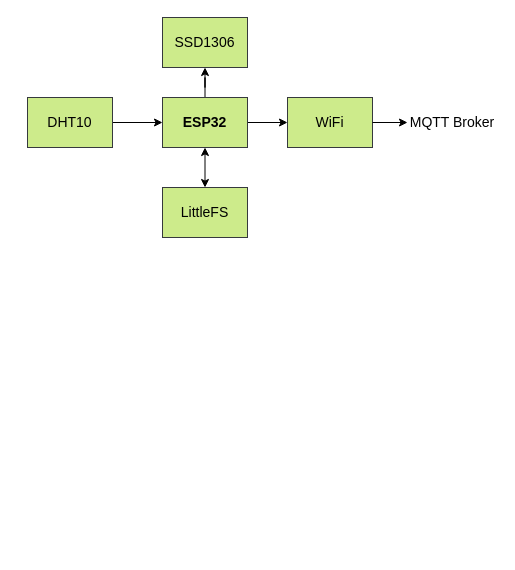
Above: page "hardware-design" (1 of 3) of weather-station.drawio in rosmianto/project-weather-station (draw.io), before the change. Source tidied: cells renumbered, new cells numbered last; positions are measured from the earlier drawing's top-left corner, leaving out a move shared by most shapes. Both pictures are drawn from the tidied source at 100%, with x=0, y=0 at pixel (27, 17).
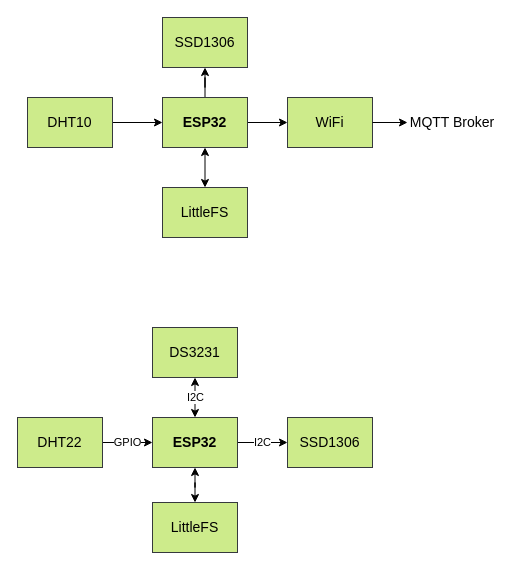
The same page after the edit.

Diff of the diagram source:
```diff
@@
+    <mxCell id="13" style="edgeStyle=orthogonalEdgeStyle;rounded=0;jettySize=auto;html=1;entryX=0.5;entryY=0;entryDx=0;entryDy=0;startArrow=classic;startFill=1;" parent="1" edge="1" source="16" target="19">
+      <mxGeometry relative="1" as="geometry" />
+    </mxCell>
+    <mxCell id="14" value="I2C" style="edgeStyle=orthogonalEdgeStyle;rounded=0;jettySize=auto;html=1;entryX=0;entryY=0.5;entryDx=0;entryDy=0;" parent="1" edge="1" source="16" target="20">
+      <mxGeometry relative="1" as="geometry" />
+    </mxCell>
+    <mxCell id="15" value="I2C" style="edgeStyle=orthogonalEdgeStyle;rounded=0;jettySize=auto;html=1;entryX=0.5;entryY=1;entryDx=0;entryDy=0;startArrow=classic;startFill=1;" parent="1" edge="1" source="16" target="21">
+      <mxGeometry relative="1" as="geometry" />
+    </mxCell>
+    <mxCell id="16" value="ESP32" style="rounded=0;whiteSpace=wrap;html=1;fillColor=#cdeb8b;strokeColor=#36393d;fontStyle=1;fontSize=14;" parent="1" vertex="1">
+      <mxGeometry x="125" y="400" width="85" height="50" as="geometry" />
+    </mxCell>
+    <mxCell id="17" value="GPIO" style="edgeStyle=orthogonalEdgeStyle;rounded=0;jettySize=auto;html=1;entryX=0;entryY=0.5;entryDx=0;entryDy=0;" parent="1" edge="1" source="18" target="16">
+      <mxGeometry relative="1" as="geometry" />
+    </mxCell>
+    <mxCell id="18" value="DHT22" style="rounded=0;whiteSpace=wrap;html=1;fillColor=#cdeb8b;strokeColor=#36393d;fontStyle=0;fontSize=14;" parent="1" vertex="1">
+      <mxGeometry x="-10" y="400" width="85" height="50" as="geometry" />
+    </mxCell>
+    <mxCell id="19" value="LittleFS" style="rounded=0;whiteSpace=wrap;html=1;fillColor=#cdeb8b;strokeColor=#36393d;fontStyle=0;fontSize=14;" parent="1" vertex="1">
+      <mxGeometry x="125" y="485" width="85" height="50" as="geometry" />
+    </mxCell>
+    <mxCell id="20" value="SSD1306" style="rounded=0;whiteSpace=wrap;html=1;fillColor=#cdeb8b;strokeColor=#36393d;fontStyle=0;fontSize=14;" parent="1" vertex="1">
+      <mxGeometry x="260" y="400" width="85" height="50" as="geometry" />
+    </mxCell>
+    <mxCell id="21" value="DS3231" style="rounded=0;whiteSpace=wrap;html=1;fillColor=#cdeb8b;strokeColor=#36393d;fontStyle=0;fontSize=14;" parent="1" vertex="1">
+      <mxGeometry x="125" y="310" width="85" height="50" as="geometry" />
+    </mxCell>
```
